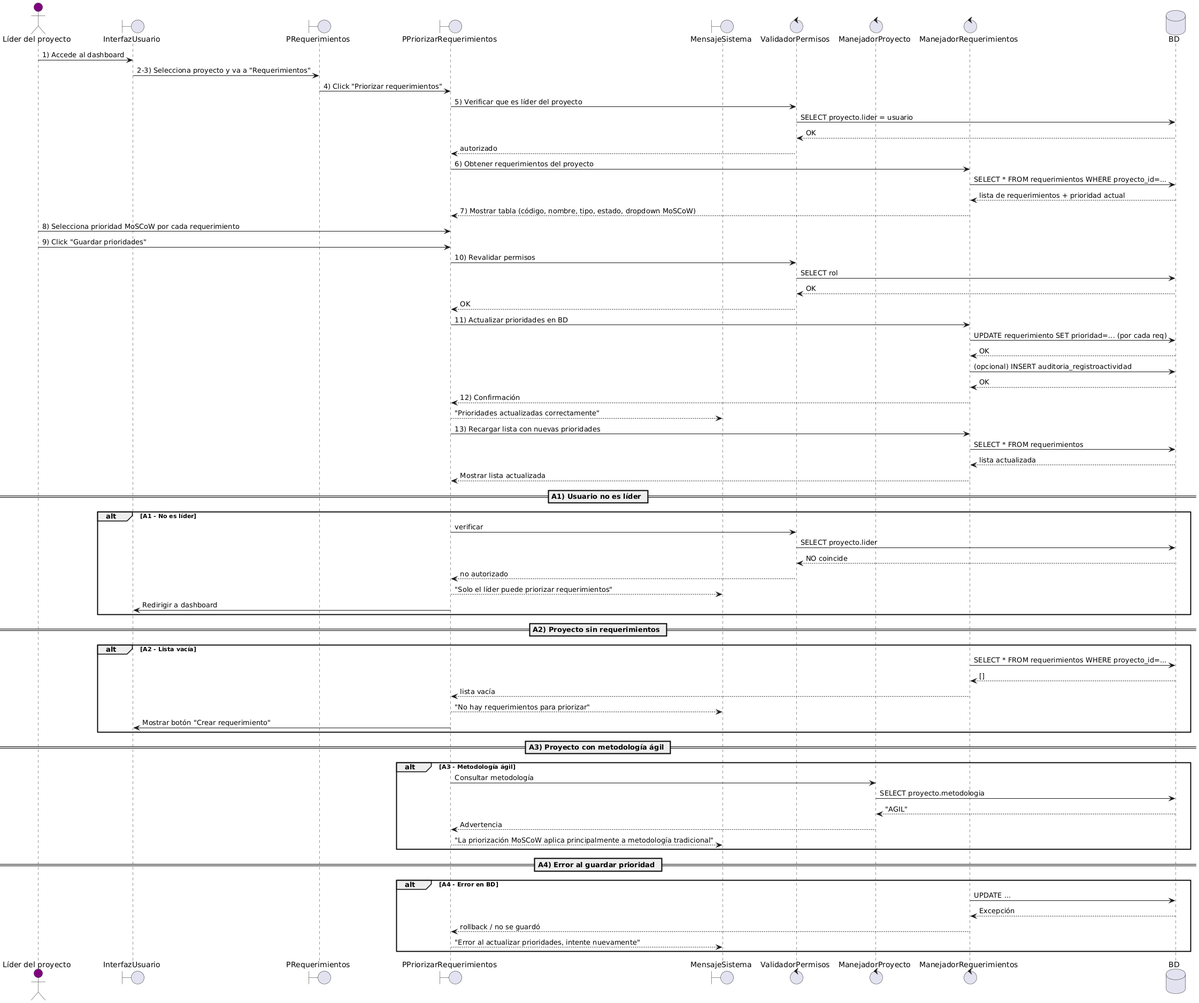
Above: 3-CONSTRUCCION/ITERACIÓN 2/34. Especificacion de CU a implemantar/Diagramas/DS-CU07.png in uarg-unpa/grcu-manager (PlantUML), before the change.
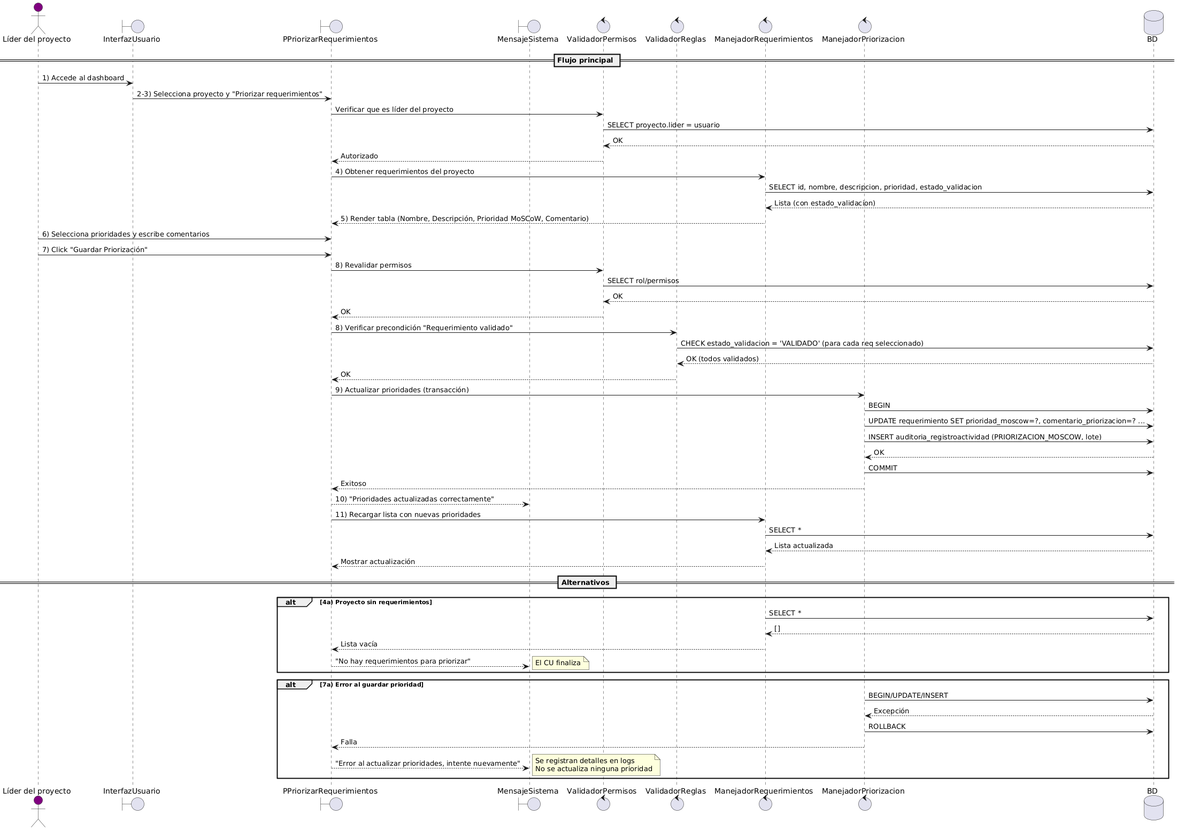
After the change.

Diff of the diagram source:
```diff
@@ -1,83 +1,70 @@
 @startuml
 actor "Líder del proyecto" as Lider #purple
 boundary InterfazUsuario
-boundary PRequerimientos
 boundary PPriorizarRequerimientos
 boundary MensajeSistema
 control ValidadorPermisos
-control ManejadorProyecto
+control ValidadorReglas
 control ManejadorRequerimientos
+control ManejadorPriorizacion
 database BD
 
+== Flujo principal ==
+Lider -> InterfazUsuario: 1) Accede al dashboard
+InterfazUsuario -> PPriorizarRequerimientos: 2-3) Selecciona proyecto y "Priorizar requerimientos"
 
-Lider -> InterfazUsuario: 1) Accede al dashboard
-InterfazUsuario -> PRequerimientos: 2-3) Selecciona proyecto y va a "Requerimientos"
-PRequerimientos -> PPriorizarRequerimientos: 4) Click "Priorizar requerimientos"
-
-PPriorizarRequerimientos -> ValidadorPermisos: 5) Verificar que es líder del proyecto
+PPriorizarRequerimientos -> ValidadorPermisos: Verificar que es líder del proyecto
 ValidadorPermisos -> BD: SELECT proyecto.lider = usuario
 BD --> ValidadorPermisos: OK
-ValidadorPermisos --> PPriorizarRequerimientos: autorizado
+ValidadorPermisos --> PPriorizarRequerimientos: Autorizado
 
-PPriorizarRequerimientos -> ManejadorRequerimientos: 6) Obtener requerimientos del proyecto
-ManejadorRequerimientos -> BD: SELECT * FROM requerimientos WHERE proyecto_id=...
-BD --> ManejadorRequerimientos: lista de requerimientos + prioridad actual
-ManejadorRequerimientos --> PPriorizarRequerimientos: 7) Mostrar tabla (código, nombre, tipo, estado, dropdown MoSCoW)
+PPriorizarRequerimientos -> ManejadorRequerimientos: 4) Obtener requerimientos del proyecto
+ManejadorRequerimientos -> BD: SELECT id, nombre, descripcion, prioridad, estado_validacion
+BD --> ManejadorRequerimientos: Lista (con estado_validacion)
+ManejadorRequerimientos --> PPriorizarRequerimientos: 5) Render tabla (Nombre, Descripción, Prioridad MoSCoW, Comentario)
 
-Lider -> PPriorizarRequerimientos: 8) Selecciona prioridad MoSCoW por cada requerimiento
-Lider -> PPriorizarRequerimientos: 9) Click "Guardar prioridades"
+Lider -> PPriorizarRequerimientos: 6) Selecciona prioridades y escribe comentarios
+Lider -> PPriorizarRequerimientos: 7) Click "Guardar Priorización"
 
-PPriorizarRequerimientos -> ValidadorPermisos: 10) Revalidar permisos
-ValidadorPermisos -> BD: SELECT rol
+PPriorizarRequerimientos -> ValidadorPermisos: 8) Revalidar permisos
+ValidadorPermisos -> BD: SELECT rol/permisos
 BD --> ValidadorPermisos: OK
 ValidadorPermisos --> PPriorizarRequerimientos: OK
 
-PPriorizarRequerimientos -> ManejadorRequerimientos: 11) Actualizar prioridades en BD
-ManejadorRequerimientos -> BD: UPDATE requerimiento SET prioridad=... (por cada req)
-BD --> ManejadorRequerimientos: OK
-ManejadorRequerimientos -> BD: (opcional) INSERT auditoria_registroactividad
-BD --> ManejadorRequerimientos: OK
+PPriorizarRequerimientos -> ValidadorReglas: 8) Verificar precondición "Requerimiento validado"
+ValidadorReglas -> BD: CHECK estado_validacion = 'VALIDADO' (para cada req seleccionado)
+BD --> ValidadorReglas: OK (todos validados)
+ValidadorReglas --> PPriorizarRequerimientos: OK
 
-ManejadorRequerimientos --> PPriorizarRequerimientos: 12) Confirmación
-PPriorizarRequerimientos --> MensajeSistema: "Prioridades actualizadas correctamente"
-PPriorizarRequerimientos -> ManejadorRequerimientos: 13) Recargar lista con nuevas prioridades
-ManejadorRequerimientos -> BD: SELECT * FROM requerimientos
-BD --> ManejadorRequerimientos: lista actualizada
-ManejadorRequerimientos --> PPriorizarRequerimientos: Mostrar lista actualizada
+PPriorizarRequerimientos -> ManejadorPriorizacion: 9) Actualizar prioridades (transacción)
+ManejadorPriorizacion -> BD: BEGIN
+ManejadorPriorizacion -> BD: UPDATE requerimiento SET prioridad_moscow=?, comentario_priorizacion=? ...
+ManejadorPriorizacion -> BD: INSERT auditoria_registroactividad (PRIORIZACION_MOSCOW, lote)
+BD --> ManejadorPriorizacion: OK
+ManejadorPriorizacion -> BD: COMMIT
+ManejadorPriorizacion --> PPriorizarRequerimientos: Exitoso
 
-== A1) Usuario no es líder ==
-alt A1 - No es líder
-  PPriorizarRequerimientos -> ValidadorPermisos: verificar
-  ValidadorPermisos -> BD: SELECT proyecto.lider
-  BD --> ValidadorPermisos: NO coincide
-  ValidadorPermisos --> PPriorizarRequerimientos: no autorizado
-  PPriorizarRequerimientos --> MensajeSistema: "Solo el líder puede priorizar requerimientos"
-  PPriorizarRequerimientos -> InterfazUsuario: Redirigir a dashboard
+PPriorizarRequerimientos --> MensajeSistema: 10) "Prioridades actualizadas correctamente"
+PPriorizarRequerimientos -> ManejadorRequerimientos: 11) Recargar lista con nuevas prioridades
+ManejadorRequerimientos -> BD: SELECT *
+BD --> ManejadorRequerimientos: Lista actualizada
+ManejadorRequerimientos --> PPriorizarRequerimientos: Mostrar actualización
+
+== Alternativos ==
+alt 4a) Proyecto sin requerimientos
+  ManejadorRequerimientos -> BD: SELECT *
+  BD --> ManejadorRequerimientos: []
+  ManejadorRequerimientos --> PPriorizarRequerimientos: Lista vacía
+  PPriorizarRequerimientos --> MensajeSistema: "No hay requerimientos para priorizar"
+  note right: El CU finaliza
 end
 
-== A2) Proyecto sin requerimientos ==
-alt A2 - Lista vacía
-  ManejadorRequerimientos -> BD: SELECT * FROM requerimientos WHERE proyecto_id=...
-  BD --> ManejadorRequerimientos: []
-  ManejadorRequerimientos --> PPriorizarRequerimientos: lista vacía
-  PPriorizarRequerimientos --> MensajeSistema: "No hay requerimientos para priorizar"
-  PPriorizarRequerimientos -> InterfazUsuario: Mostrar botón "Crear requerimiento"
-end
-
-== A3) Proyecto con metodología ágil ==
-alt A3 - Metodología ágil
-  PPriorizarRequerimientos -> ManejadorProyecto: Consultar metodología
-  ManejadorProyecto -> BD: SELECT proyecto.metodologia
-  BD --> ManejadorProyecto: "AGIL"
-  ManejadorProyecto --> PPriorizarRequerimientos: Advertencia
-  PPriorizarRequerimientos --> MensajeSistema: "La priorización MoSCoW aplica principalmente a metodología tradicional"
-end
-
-== A4) Error al guardar prioridad ==
-alt A4 - Error en BD
-  ManejadorRequerimientos -> BD: UPDATE ...
-  BD --> ManejadorRequerimientos: Excepción
-  ManejadorRequerimientos --> PPriorizarRequerimientos: rollback / no se guardó
+alt 7a) Error al guardar prioridad
+  ManejadorPriorizacion -> BD: BEGIN/UPDATE/INSERT
+  BD --> ManejadorPriorizacion: Excepción
+  ManejadorPriorizacion -> BD: ROLLBACK
+  ManejadorPriorizacion --> PPriorizarRequerimientos: Falla
   PPriorizarRequerimientos --> MensajeSistema: "Error al actualizar prioridades, intente nuevamente"
+  note right: Se registran detalles en logs\nNo se actualiza ninguna prioridad
 end
 @enduml
```
